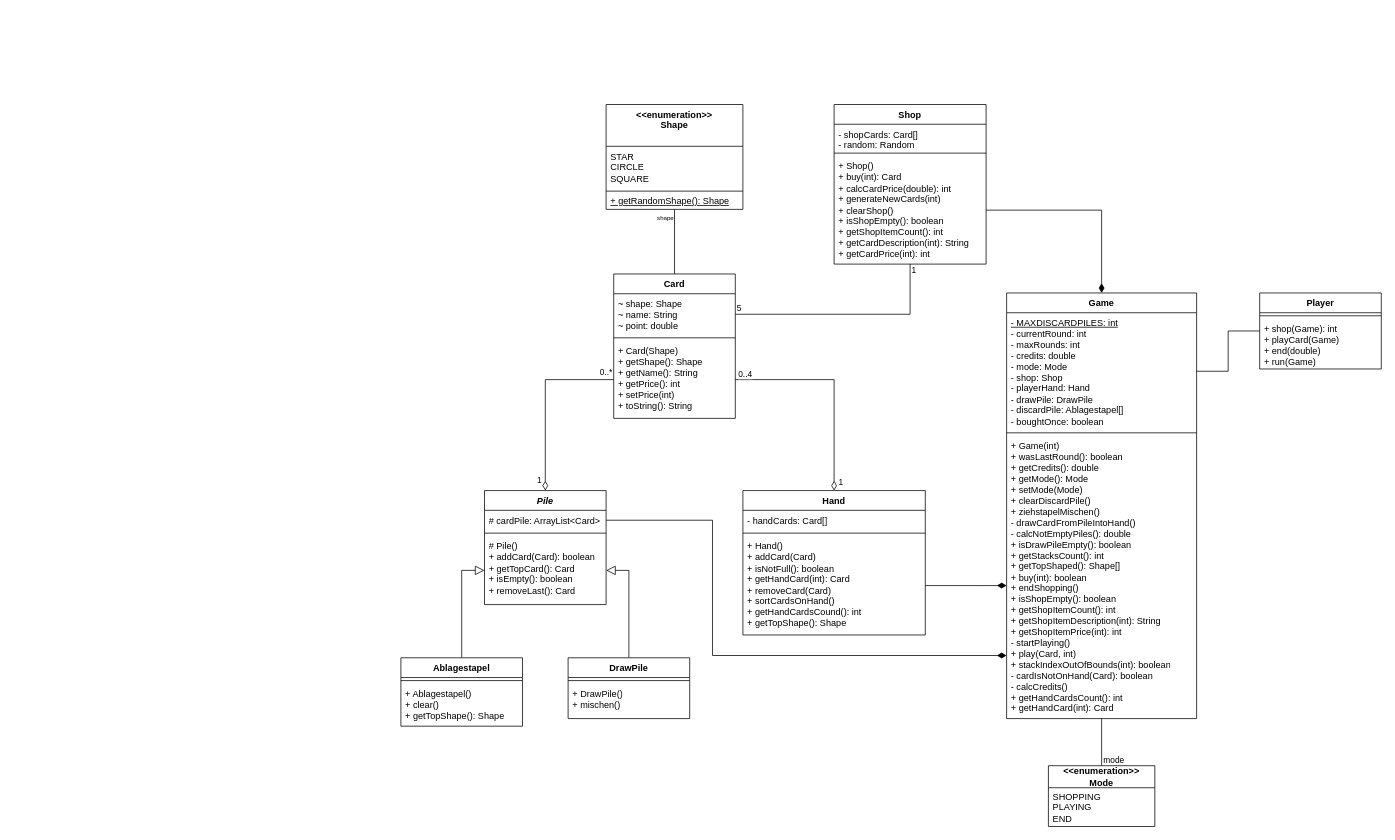
Before: UML/KrassesProgrammierenProjekt.drawio in TrainFan1804/CardGame, a draw.io diagram. Source tidied: cells renumbered, new cells numbered last; positions are measured from the earlier drawing's top-left corner, leaving out a move shared by most shapes. Both pictures are drawn from the tidied source at 76%, with x=0, y=0 at pixel (401, 104).
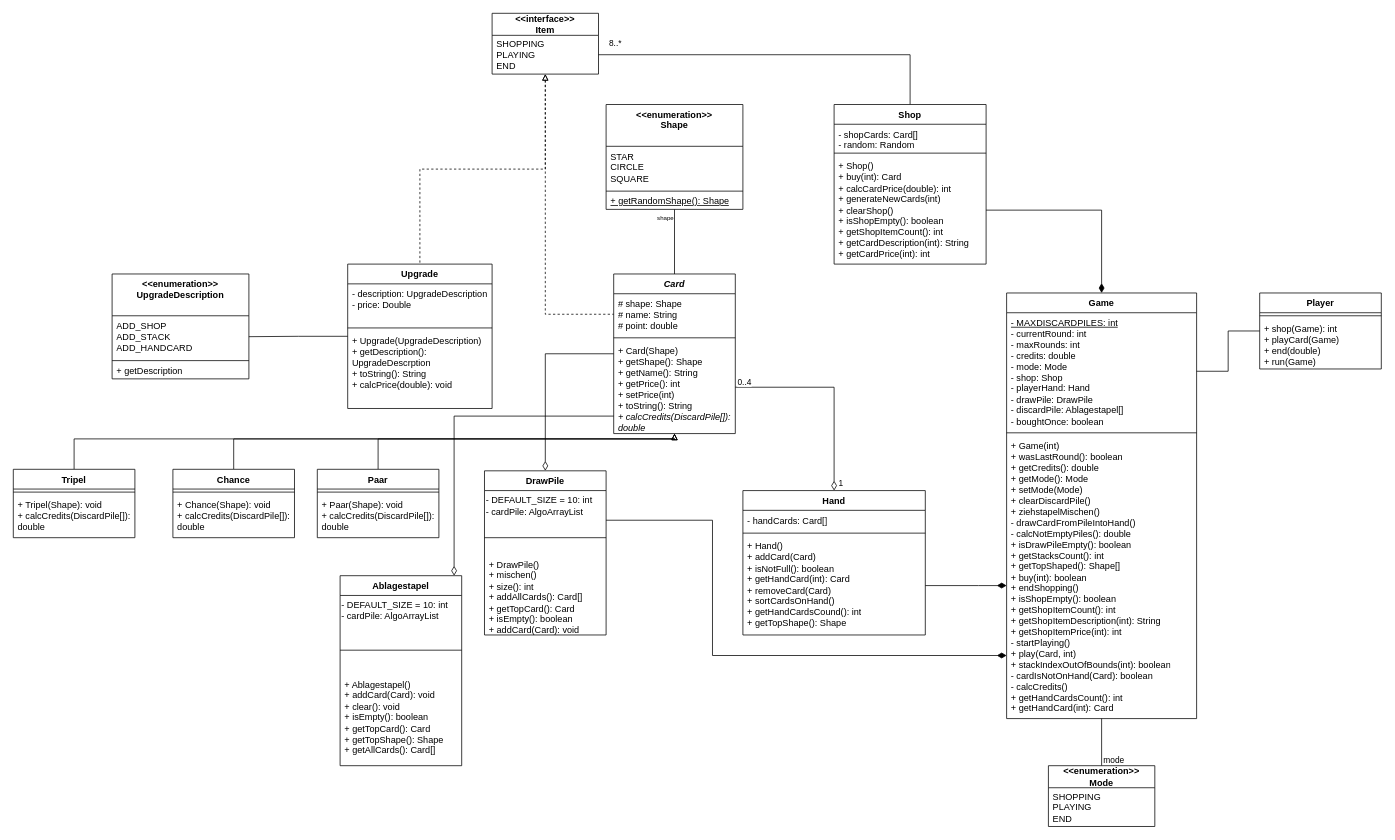
After the change.

Unchanged cells that the change refers to:
```xml
<mxCell id="37" value="Shop&lt;div&gt;&lt;br&gt;&lt;/div&gt;" style="swimlane;fontStyle=1;align=center;verticalAlign=top;horizontal=1;startSize=26;whiteSpace=wrap;html=1;labelBackgroundColor=none;" parent="1" vertex="1">
  <mxGeometry x="570" width="200" height="210" as="geometry" />
</mxCell>
```

Change to the diagram source:
```diff
@@
+    <mxCell id="56" style="edgeStyle=orthogonalEdgeStyle;rounded=0;jettySize=auto;html=1;entryX=0.5;entryY=0;entryDx=0;entryDy=0;startArrow=block;startFill=0;endArrow=none;endFill=0;" parent="1" edge="1" source="2" target="81">
+      <mxGeometry relative="1" as="geometry">
+        <Array as="points">
+          <mxPoint x="360" y="440" />
+          <mxPoint x="-30" y="440" />
+        </Array>
+      </mxGeometry>
+    </mxCell>
+    <mxCell id="57" style="edgeStyle=orthogonalEdgeStyle;rounded=0;jettySize=auto;html=1;startArrow=block;startFill=0;endArrow=none;endFill=0;" parent="1" edge="1" source="2" target="78">
+      <mxGeometry relative="1" as="geometry">
+        <Array as="points">
+          <mxPoint x="360" y="440" />
+          <mxPoint x="-220" y="440" />
+        </Array>
+      </mxGeometry>
+    </mxCell>
+    <mxCell id="58" style="edgeStyle=orthogonalEdgeStyle;rounded=0;jettySize=auto;html=1;endArrow=none;endFill=0;startArrow=block;startFill=0;" parent="1" edge="1" source="2" target="84">
+      <mxGeometry relative="1" as="geometry">
+        <Array as="points">
+          <mxPoint x="360" y="440" />
+          <mxPoint x="-430" y="440" />
+        </Array>
+      </mxGeometry>
+    </mxCell>
+    <mxCell id="59" style="edgeStyle=orthogonalEdgeStyle;rounded=0;jettySize=auto;html=1;endArrow=diamondThin;endFill=0;startArrow=none;startFill=0;endSize=10;" parent="1" edge="1" source="2" target="24">
+      <mxGeometry relative="1" as="geometry">
+        <Array as="points">
+          <mxPoint x="190" y="328" />
+        </Array>
+      </mxGeometry>
+    </mxCell>
+    <mxCell id="60" style="edgeStyle=orthogonalEdgeStyle;rounded=0;jettySize=auto;html=1;endArrow=diamondThin;endFill=0;endSize=10;" parent="1" edge="1" source="2" target="20">
+      <mxGeometry relative="1" as="geometry">
+        <Array as="points">
+          <mxPoint x="70" y="410" />
+        </Array>
+      </mxGeometry>
+    </mxCell>
-    <mxCell id="2" value="Card" style="swimlane;fontStyle=1;align=center;verticalAlign=top;horizontal=1;startSize=26;whiteSpace=wrap;html=1;labelBackgroundColor=none;" parent="1" vertex="1">
-      <mxGeometry x="280" y="223" width="160" height="190" as="geometry" />
+    <mxCell id="2" value="&lt;i&gt;Card&lt;/i&gt;" style="swimlane;fontStyle=1;align=center;verticalAlign=top;horizontal=1;startSize=26;whiteSpace=wrap;html=1;labelBackgroundColor=none;" parent="1" vertex="1">
+      <mxGeometry x="280" y="223" width="160" height="210" as="geometry" />
     </mxCell>
-    <mxCell id="3" value="~ shape: Shape&lt;div&gt;~ name: String&lt;br&gt;&lt;div&gt;~ point: double&lt;/div&gt;&lt;/div&gt;" style="text;strokeColor=none;fillColor=none;align=left;verticalAlign=top;spacingLeft=4;spacingRight=4;overflow=hidden;points=[[0,0.5],[1,0.5]];portConstraint=eastwest;whiteSpace=wrap;html=1;labelBackgroundColor=none;" parent="2" vertex="1">
+    <mxCell id="3" value="# shape: Shape&lt;div&gt;# name: String&lt;/div&gt;&lt;div&gt;# point: double&lt;/div&gt;" style="text;strokeColor=none;fillColor=none;align=left;verticalAlign=top;spacingLeft=4;spacingRight=4;overflow=hidden;points=[[0,0.5],[1,0.5]];portConstraint=eastwest;whiteSpace=wrap;html=1;labelBackgroundColor=none;" parent="2" vertex="1">
       <mxGeometry y="26" width="160" height="54" as="geometry" />
     </mxCell>
@@
-    <mxCell id="5" value="+ Card(Shape)&lt;div&gt;+ getShape(): Shape&lt;/div&gt;&lt;div&gt;+ getName(): String&lt;/div&gt;&lt;div&gt;+ getPrice(): int&lt;/div&gt;&lt;div&gt;+ setPrice(int)&lt;/div&gt;&lt;div&gt;+ toString(): String&lt;/div&gt;" style="text;strokeColor=none;fillColor=none;align=left;verticalAlign=top;spacingLeft=4;spacingRight=4;overflow=hidden;points=[[0,0.5],[1,0.5]];portConstraint=eastwest;whiteSpace=wrap;html=1;labelBackgroundColor=none;" parent="2" vertex="1">
-      <mxGeometry y="88" width="160" height="102" as="geometry" />
+    <mxCell id="5" value="+ Card(Shape)&lt;div&gt;+ getShape(): Shape&lt;/div&gt;&lt;div&gt;+ getName(): String&lt;/div&gt;&lt;div&gt;+ getPrice(): int&lt;/div&gt;&lt;div&gt;+ setPrice(int)&lt;/div&gt;&lt;div&gt;+ toString(): String&lt;/div&gt;&lt;div&gt;&lt;i&gt;+ calcCredits(DiscardPile[]): double&lt;/i&gt;&lt;br&gt;&lt;/div&gt;" style="text;strokeColor=none;fillColor=none;align=left;verticalAlign=top;spacingLeft=4;spacingRight=4;overflow=hidden;points=[[0,0.5],[1,0.5]];portConstraint=eastwest;whiteSpace=wrap;html=1;labelBackgroundColor=none;" parent="2" vertex="1">
+      <mxGeometry y="88" width="160" height="122" as="geometry" />
     </mxCell>
@@
-    <mxCell id="12" style="edgeStyle=orthogonalEdgeStyle;rounded=0;jettySize=auto;html=1;entryX=0;entryY=0.5;entryDx=0;entryDy=0;startArrow=diamondThin;startFill=0;startSize=10;endArrow=none;endFill=0;" parent="1" edge="1" source="15" target="5">
-      <mxGeometry relative="1" as="geometry" />
-    </mxCell>
-    <mxCell id="13" value="1" style="edgeLabel;html=1;align=center;verticalAlign=middle;" parent="12" vertex="1">
-      <mxGeometry x="-0.81" relative="1" as="geometry">
-        <mxPoint x="-9" y="8" as="offset" />
-      </mxGeometry>
-    </mxCell>
-    <mxCell id="14" value="0..*" style="edgeLabel;html=1;align=center;verticalAlign=middle;" parent="12" vertex="1">
-      <mxGeometry x="0.77" y="-1" relative="1" as="geometry">
-        <mxPoint x="16" y="-11" as="offset" />
-      </mxGeometry>
-    </mxCell>
-    <mxCell id="15" value="&lt;i&gt;Pile&lt;/i&gt;" style="swimlane;fontStyle=1;align=center;verticalAlign=top;horizontal=1;startSize=26;whiteSpace=wrap;html=1;labelBackgroundColor=none;" parent="1" vertex="1">
-      <mxGeometry x="110" y="508" width="160" height="150" as="geometry" />
-    </mxCell>
-    <mxCell id="16" value="# cardPile: ArrayList&amp;lt;Card&amp;gt;" style="text;strokeColor=none;fillColor=none;align=left;verticalAlign=top;spacingLeft=4;spacingRight=4;overflow=hidden;points=[[0,0.5],[1,0.5]];portConstraint=eastwest;whiteSpace=wrap;html=1;labelBackgroundColor=none;" parent="15" vertex="1">
-      <mxGeometry y="26" width="160" height="26" as="geometry" />
-    </mxCell>
-    <mxCell id="17" style="line;strokeWidth=1;fillColor=none;align=left;verticalAlign=middle;spacingTop=-1;spacingLeft=3;spacingRight=3;labelPosition=right;labelBackgroundColor=none;" parent="15" vertex="1">
-      <mxGeometry y="52" width="160" height="8" as="geometry" />
-    </mxCell>
-    <mxCell id="18" value="&lt;div&gt;# Pile()&lt;/div&gt;+ addCard(Card): boolean&lt;div&gt;+ getTopCard(): Card&lt;/div&gt;&lt;div&gt;+ isEmpty(): boolean&lt;/div&gt;&lt;div&gt;+ removeLast(): Card&lt;/div&gt;" style="text;strokeColor=none;fillColor=none;align=left;verticalAlign=top;spacingLeft=4;spacingRight=4;overflow=hidden;points=[[0,0.5],[1,0.5]];portConstraint=eastwest;whiteSpace=wrap;html=1;labelBackgroundColor=none;" parent="15" vertex="1">
-      <mxGeometry y="60" width="160" height="90" as="geometry" />
-    </mxCell>
-    <mxCell id="19" style="edgeStyle=orthogonalEdgeStyle;rounded=0;jettySize=auto;html=1;entryX=0;entryY=0.5;entryDx=0;entryDy=0;endSize=10;endArrow=block;endFill=0;" parent="1" edge="1" source="20" target="18">
-      <mxGeometry relative="1" as="geometry" />
-    </mxCell>
     <mxCell id="20" value="Ablagestapel" style="swimlane;fontStyle=1;align=center;verticalAlign=top;horizontal=1;startSize=26;whiteSpace=wrap;html=1;labelBackgroundColor=none;" parent="1" vertex="1">
-      <mxGeometry y="728" width="160" height="90" as="geometry" />
+      <mxGeometry x="-80" y="620" width="160" height="250" as="geometry" />
     </mxCell>
+    <mxCell id="61" value="&lt;div&gt;- DEFAULT_SIZE = 10: int&lt;/div&gt;&lt;div&gt;- cardPile: AlgoArrayList&lt;br&gt;&lt;/div&gt;" style="text;html=1;align=left;verticalAlign=middle;strokeColor=none;fillColor=none;" parent="20" vertex="1">
+      <mxGeometry y="26" width="160" height="40" as="geometry" />
+    </mxCell>
     <mxCell id="21" style="line;strokeWidth=1;fillColor=none;align=left;verticalAlign=middle;spacingTop=-1;spacingLeft=3;spacingRight=3;labelPosition=right;labelBackgroundColor=none;" parent="20" vertex="1">
-      <mxGeometry y="26" width="160" height="8" as="geometry" />
+      <mxGeometry y="66" width="160" height="64" as="geometry" />
     </mxCell>
-    <mxCell id="22" value="&lt;div&gt;+ Ablagestapel()&lt;/div&gt;&lt;div&gt;+ clear()&lt;/div&gt;&lt;div&gt;&lt;span style=&quot;background-color: initial;&quot;&gt;+ getTopShape(): Shape&lt;/span&gt;&lt;/div&gt;" style="text;strokeColor=none;fillColor=none;align=left;verticalAlign=top;spacingLeft=4;spacingRight=4;overflow=hidden;whiteSpace=wrap;html=1;labelBackgroundColor=none;" parent="20" vertex="1">
-      <mxGeometry y="34" width="160" height="56" as="geometry" />
+    <mxCell id="22" value="&lt;div&gt;+ Ablagestapel()&lt;/div&gt;&lt;div&gt;+ addCard(Card): void&lt;/div&gt;&lt;div&gt;+ clear(): void&lt;/div&gt;&lt;div&gt;+ isEmpty(): boolean&lt;/div&gt;&lt;div&gt;+ getTopCard(): Card&lt;br&gt;&lt;/div&gt;&lt;div&gt;&lt;span style=&quot;background-color: initial;&quot;&gt;+ getTopShape(): Shape&lt;/span&gt;&lt;/div&gt;&lt;div&gt;&lt;span style=&quot;background-color: initial;&quot;&gt;+ getAllCards(): Card[]&lt;br&gt;&lt;/span&gt;&lt;/div&gt;" style="text;strokeColor=none;fillColor=none;align=left;verticalAlign=top;spacingLeft=4;spacingRight=4;overflow=hidden;whiteSpace=wrap;html=1;labelBackgroundColor=none;" parent="20" vertex="1">
+      <mxGeometry y="130" width="160" height="120" as="geometry" />
     </mxCell>
-    <mxCell id="23" style="edgeStyle=orthogonalEdgeStyle;rounded=0;jettySize=auto;html=1;endArrow=block;endFill=0;endSize=10;" parent="1" edge="1" source="24" target="18">
-      <mxGeometry relative="1" as="geometry" />
-    </mxCell>
     <mxCell id="24" value="DrawPile" style="swimlane;fontStyle=1;align=center;verticalAlign=top;horizontal=1;startSize=26;whiteSpace=wrap;html=1;labelBackgroundColor=none;" parent="1" vertex="1">
-      <mxGeometry x="220" y="728" width="160" height="80" as="geometry" />
+      <mxGeometry x="110" y="482" width="160" height="216" as="geometry" />
     </mxCell>
+    <mxCell id="62" value="&lt;div&gt;- DEFAULT_SIZE = 10: int&lt;/div&gt;&lt;div&gt;- cardPile: AlgoArrayList&lt;br&gt;&lt;/div&gt;" style="text;html=1;align=left;verticalAlign=middle;strokeColor=none;fillColor=none;" parent="24" vertex="1">
+      <mxGeometry y="26" width="160" height="40" as="geometry" />
+    </mxCell>
     <mxCell id="25" style="line;strokeWidth=1;fillColor=none;align=left;verticalAlign=middle;spacingTop=-1;spacingLeft=3;spacingRight=3;labelPosition=right;labelBackgroundColor=none;" parent="24" vertex="1">
-      <mxGeometry y="26" width="160" height="8" as="geometry" />
+      <mxGeometry y="66" width="160" height="44" as="geometry" />
     </mxCell>
-    <mxCell id="26" value="&lt;div&gt;+ DrawPile()&lt;/div&gt;+ mischen()" style="text;strokeColor=none;fillColor=none;align=left;verticalAlign=top;spacingLeft=4;spacingRight=4;overflow=hidden;whiteSpace=wrap;html=1;labelBackgroundColor=none;" parent="24" vertex="1">
-      <mxGeometry y="34" width="160" height="46" as="geometry" />
+    <mxCell id="26" value="&lt;div&gt;+ DrawPile()&lt;/div&gt;&lt;div&gt;+ mischen()&lt;/div&gt;&lt;div&gt;+ size(): int&lt;/div&gt;&lt;div&gt;+ addAllCards(): Card[]&lt;/div&gt;&lt;div&gt;+ getTopCard(): Card&lt;/div&gt;&lt;div&gt;+ isEmpty(): boolean&lt;/div&gt;&lt;div&gt;+ addCard(Card): void&lt;br&gt;&lt;/div&gt;" style="text;strokeColor=none;fillColor=none;align=left;verticalAlign=top;spacingLeft=4;spacingRight=4;overflow=hidden;whiteSpace=wrap;html=1;labelBackgroundColor=none;" parent="24" vertex="1">
+      <mxGeometry y="110" width="160" height="106" as="geometry" />
     </mxCell>
@@
-    <mxCell id="34" style="edgeStyle=orthogonalEdgeStyle;rounded=0;jettySize=auto;html=1;entryX=1;entryY=0.5;entryDx=0;entryDy=0;endArrow=none;endFill=0;" parent="1" edge="1" source="37" target="3">
-      <mxGeometry relative="1" as="geometry" />
-    </mxCell>
-    <mxCell id="35" value="1" style="edgeLabel;html=1;align=center;verticalAlign=middle;" parent="34" vertex="1">
-      <mxGeometry x="-0.95" y="-1" relative="1" as="geometry">
-        <mxPoint x="5" as="offset" />
-      </mxGeometry>
-    </mxCell>
-    <mxCell id="36" value="5" style="edgeLabel;html=1;align=center;verticalAlign=middle;" parent="34" vertex="1">
-      <mxGeometry x="0.86" y="-1" relative="1" as="geometry">
-        <mxPoint x="-17" y="-8" as="offset" />
-      </mxGeometry>
-    </mxCell>
+    <mxCell id="63" style="edgeStyle=orthogonalEdgeStyle;rounded=0;jettySize=auto;html=1;endArrow=none;endFill=0;" parent="1" edge="1" source="37" target="77">
+      <mxGeometry relative="1" as="geometry" />
+    </mxCell>
+    <mxCell id="64" value="8..*" style="edgeLabel;html=1;align=center;verticalAlign=middle;" parent="63" vertex="1">
+      <mxGeometry x="0.94" relative="1" as="geometry">
+        <mxPoint x="7" y="-15" as="offset" />
+      </mxGeometry>
+    </mxCell>
@@
-    <mxCell id="51" style="edgeStyle=elbowEdgeStyle;rounded=0;jettySize=auto;html=1;strokeColor=default;entryX=1;entryY=0.5;entryDx=0;entryDy=0;endArrow=none;endFill=0;startArrow=diamondThin;startFill=1;startSize=10;" parent="1" edge="1" target="16">
+    <mxCell id="51" style="edgeStyle=elbowEdgeStyle;rounded=0;orthogonalLoop=1;jettySize=auto;html=1;strokeColor=default;entryX=1;entryY=0.5;entryDx=0;entryDy=0;endArrow=none;endFill=0;startArrow=diamondThin;startFill=1;startSize=10;" parent="1" edge="1">
       <mxGeometry relative="1" as="geometry">
         <mxPoint x="797" y="725" as="sourcePoint" />
+        <mxPoint x="270" y="547" as="targetPoint" />
         <Array as="points">
           <mxPoint x="410" y="728" />
         </Array>
       </mxGeometry>
     </mxCell>
@@
+    <mxCell id="65" style="edgeStyle=orthogonalEdgeStyle;rounded=0;jettySize=auto;html=1;endArrow=none;endFill=0;" parent="1" edge="1" source="66" target="71">
+      <mxGeometry relative="1" as="geometry" />
+    </mxCell>
+    <mxCell id="66" value="Upgrade" style="swimlane;fontStyle=1;align=center;verticalAlign=top;horizontal=1;startSize=26;whiteSpace=wrap;html=1;labelBackgroundColor=none;" parent="1" vertex="1">
+      <mxGeometry x="-70" y="210" width="190" height="190" as="geometry" />
+    </mxCell>
+    <mxCell id="67" value="&lt;div&gt;- description: UpgradeDescription&lt;/div&gt;&lt;div&gt;- price: Double&lt;br&gt;&lt;/div&gt;" style="text;strokeColor=none;fillColor=none;align=left;verticalAlign=top;spacingLeft=4;spacingRight=4;overflow=hidden;whiteSpace=wrap;html=1;labelBackgroundColor=none;" parent="66" vertex="1">
+      <mxGeometry y="26" width="190" height="54" as="geometry" />
+    </mxCell>
+    <mxCell id="68" style="line;strokeWidth=1;fillColor=none;align=left;verticalAlign=middle;spacingTop=-1;spacingLeft=3;spacingRight=3;labelPosition=right;labelBackgroundColor=none;" parent="66" vertex="1">
+      <mxGeometry y="80" width="190" height="8" as="geometry" />
+    </mxCell>
+    <mxCell id="69" value="&lt;div&gt;+ Upgrade(UpgradeDescription)&lt;/div&gt;&lt;div&gt;+ getDescription(): UpgradeDescrption&lt;/div&gt;&lt;div&gt;+ toString(): String&lt;/div&gt;&lt;div&gt;+ calcPrice(double): void&lt;br&gt;&lt;/div&gt;" style="text;strokeColor=none;fillColor=none;align=left;verticalAlign=top;spacingLeft=4;spacingRight=4;overflow=hidden;whiteSpace=wrap;html=1;labelBackgroundColor=none;" parent="66" vertex="1">
+      <mxGeometry y="88" width="190" height="102" as="geometry" />
+    </mxCell>
+    <mxCell id="70" value="&lt;div&gt;&lt;b&gt;&amp;lt;&amp;lt;enumeration&amp;gt;&amp;gt;&lt;br&gt;&lt;/b&gt;&lt;/div&gt;&lt;div&gt;&lt;b&gt;UpgradeDescription&lt;br&gt;&lt;/b&gt;&lt;/div&gt;" style="swimlane;fontStyle=0;align=center;verticalAlign=top;horizontal=1;startSize=55;html=1;whiteSpace=wrap;" parent="1" vertex="1">
+      <mxGeometry x="-380" y="223" width="180" height="138" as="geometry" />
+    </mxCell>
+    <mxCell id="71" value="&lt;div&gt;ADD_SHOP&lt;/div&gt;&lt;div&gt;ADD_STACK&lt;/div&gt;&lt;div&gt;ADD_HANDCARD&lt;br&gt;&lt;/div&gt;" style="text;html=1;strokeColor=none;fillColor=none;align=left;verticalAlign=middle;spacingLeft=4;spacingRight=4;overflow=hidden;points=[[0,0.5],[1,0.5]];portConstraint=eastwest;whiteSpace=wrap;" parent="70" vertex="1">
+      <mxGeometry y="55" width="180" height="55" as="geometry" />
+    </mxCell>
+    <mxCell id="72" style="line;strokeWidth=1;fillColor=none;align=left;verticalAlign=middle;spacingTop=-1;spacingLeft=3;spacingRight=3;labelPosition=right;" parent="70" vertex="1">
+      <mxGeometry y="110" width="180" height="8" as="geometry" />
+    </mxCell>
+    <mxCell id="73" value="+ getDescription" style="text;html=1;strokeColor=none;fillColor=none;align=left;verticalAlign=middle;spacingLeft=4;spacingRight=4;overflow=hidden;whiteSpace=wrap;" parent="70" vertex="1">
+      <mxGeometry y="118" width="180" height="20" as="geometry" />
+    </mxCell>
+    <mxCell id="74" style="edgeStyle=orthogonalEdgeStyle;rounded=0;jettySize=auto;html=1;startArrow=block;startFill=0;endArrow=none;endFill=0;dashed=1;" parent="1" edge="1" source="76" target="66">
+      <mxGeometry relative="1" as="geometry" />
+    </mxCell>
+    <mxCell id="75" style="edgeStyle=orthogonalEdgeStyle;rounded=0;jettySize=auto;html=1;entryX=0;entryY=0.5;entryDx=0;entryDy=0;startArrow=block;startFill=0;dashed=1;endArrow=none;endFill=0;" parent="1" edge="1" source="76" target="3">
+      <mxGeometry relative="1" as="geometry" />
+    </mxCell>
+    <mxCell id="76" value="&amp;lt;&amp;lt;interface&amp;gt;&amp;gt;&lt;div&gt;Item&lt;/div&gt;" style="swimlane;fontStyle=1;align=center;verticalAlign=middle;horizontal=1;startSize=29;html=1;whiteSpace=wrap;labelBackgroundColor=none;" parent="1" vertex="1">
+      <mxGeometry x="120" y="-120" width="140" height="80" as="geometry" />
+    </mxCell>
+    <mxCell id="77" value="SHOPPING&lt;div&gt;PLAYING&lt;/div&gt;&lt;div&gt;END&lt;/div&gt;" style="text;html=1;strokeColor=none;fillColor=none;align=left;verticalAlign=middle;spacingLeft=4;spacingRight=4;overflow=hidden;points=[[0,0.5],[1,0.5]];portConstraint=eastwest;whiteSpace=wrap;labelBackgroundColor=none;" parent="76" vertex="1">
+      <mxGeometry y="29" width="140" height="51" as="geometry" />
+    </mxCell>
+    <mxCell id="78" value="Chance" style="swimlane;fontStyle=1;align=center;verticalAlign=top;horizontal=1;startSize=26;whiteSpace=wrap;html=1;labelBackgroundColor=none;" parent="1" vertex="1">
+      <mxGeometry x="-300" y="480" width="160" height="90" as="geometry" />
+    </mxCell>
+    <mxCell id="79" style="line;strokeWidth=1;fillColor=none;align=left;verticalAlign=middle;spacingTop=-1;spacingLeft=3;spacingRight=3;labelPosition=right;labelBackgroundColor=none;" parent="78" vertex="1">
+      <mxGeometry y="26" width="160" height="8" as="geometry" />
+    </mxCell>
+    <mxCell id="80" value="&lt;div&gt;+ Chance(Shape): void&lt;br&gt;&lt;/div&gt;+ calcCredits(DiscardPile[]): double" style="text;strokeColor=none;fillColor=none;align=left;verticalAlign=top;spacingLeft=4;spacingRight=4;overflow=hidden;whiteSpace=wrap;html=1;labelBackgroundColor=none;" parent="78" vertex="1">
+      <mxGeometry y="34" width="160" height="56" as="geometry" />
+    </mxCell>
+    <mxCell id="81" value="Paar" style="swimlane;fontStyle=1;align=center;verticalAlign=top;horizontal=1;startSize=26;whiteSpace=wrap;html=1;labelBackgroundColor=none;" parent="1" vertex="1">
+      <mxGeometry x="-110" y="480" width="160" height="90" as="geometry" />
+    </mxCell>
+    <mxCell id="82" style="line;strokeWidth=1;fillColor=none;align=left;verticalAlign=middle;spacingTop=-1;spacingLeft=3;spacingRight=3;labelPosition=right;labelBackgroundColor=none;" parent="81" vertex="1">
+      <mxGeometry y="26" width="160" height="8" as="geometry" />
+    </mxCell>
+    <mxCell id="83" value="&lt;div&gt;+ Paar(Shape): void&lt;br&gt;&lt;/div&gt;&lt;div&gt;+ calcCredits(DiscardPile[]): double&lt;/div&gt;" style="text;strokeColor=none;fillColor=none;align=left;verticalAlign=top;spacingLeft=4;spacingRight=4;overflow=hidden;whiteSpace=wrap;html=1;labelBackgroundColor=none;" parent="81" vertex="1">
+      <mxGeometry y="34" width="160" height="56" as="geometry" />
+    </mxCell>
+    <mxCell id="84" value="Tripel" style="swimlane;fontStyle=1;align=center;verticalAlign=top;horizontal=1;startSize=26;whiteSpace=wrap;html=1;labelBackgroundColor=none;" parent="1" vertex="1">
+      <mxGeometry x="-510" y="480" width="160" height="90" as="geometry" />
+    </mxCell>
+    <mxCell id="85" style="line;strokeWidth=1;fillColor=none;align=left;verticalAlign=middle;spacingTop=-1;spacingLeft=3;spacingRight=3;labelPosition=right;labelBackgroundColor=none;" parent="84" vertex="1">
+      <mxGeometry y="26" width="160" height="8" as="geometry" />
+    </mxCell>
+    <mxCell id="86" value="&lt;div&gt;+ Tripel(Shape): void&lt;/div&gt;&lt;div&gt;+ calcCredits(DiscardPile[]): double&lt;br&gt;&lt;/div&gt;" style="text;strokeColor=none;fillColor=none;align=left;verticalAlign=top;spacingLeft=4;spacingRight=4;overflow=hidden;whiteSpace=wrap;html=1;labelBackgroundColor=none;" parent="84" vertex="1">
+      <mxGeometry y="34" width="160" height="56" as="geometry" />
+    </mxCell>
```
